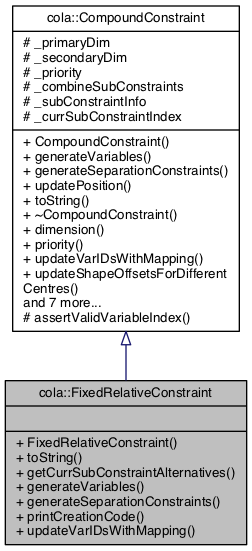
Before: documentation/classcola_1_1FixedRelativeConstraint__inherit__graph.png, a diagram exported from Graphviz (mjwybrow/adaptagrams). Its source is kept beside it as documentation/classcola_1_1FixedRelativeConstraint__inherit__graph.dot. The source it was exported from:
```dot
digraph "cola::FixedRelativeConstraint"
{
  edge [fontname="Helvetica",fontsize="10",labelfontname="Helvetica",labelfontsize="10"];
  node [fontname="Helvetica",fontsize="10",shape=record];
  Node1 [label="{cola::FixedRelativeConstraint\n||+ FixedRelativeConstraint()\l+ toString()\l+ getCurrSubConstraintAlternatives()\l+ generateVariables()\l+ generateSeparationConstraints()\l+ printCreationCode()\l+ updateVarIDsWithMapping()\l}",height=0.2,width=0.4,color="black", fillcolor="grey75", style="filled", fontcolor="black"];
  Node2 -> Node1 [dir="back",color="midnightblue",fontsize="10",style="solid",arrowtail="onormal",fontname="Helvetica"];
  Node2 [label="{cola::CompoundConstraint\n|# _primaryDim\l# _secondaryDim\l# _priority\l# _combineSubConstraints\l# _subConstraintInfo\l# _currSubConstraintIndex\l|+ CompoundConstraint()\l+ generateVariables()\l+ generateSeparationConstraints()\l+ updatePosition()\l+ toString()\l+ ~CompoundConstraint()\l+ dimension()\l+ priority()\l+ updateVarIDsWithMapping()\l+ updateShapeOffsetsForDifferent\lCentres()\land 7 more...\l# assertValidVariableIndex()\l}",height=0.2,width=0.4,color="black", fillcolor="white", style="filled",URL="$classcola_1_1CompoundConstraint.html",tooltip="An abstract base class for all high-level compound constraints. "];
}
```
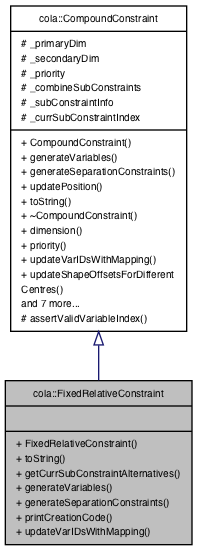
Above is the later version.

Change to the diagram source:
```diff
@@ -2,7 +2,7 @@
 {
   edge [fontname="Helvetica",fontsize="10",labelfontname="Helvetica",labelfontsize="10"];
   node [fontname="Helvetica",fontsize="10",shape=record];
-  Node1 [label="{cola::FixedRelativeConstraint\n||+ FixedRelativeConstraint()\l+ toString()\l+ getCurrSubConstraintAlternatives()\l+ generateVariables()\l+ generateSeparationConstraints()\l+ printCreationCode()\l+ updateVarIDsWithMapping()\l}",height=0.2,width=0.4,color="black", fillcolor="grey75", style="filled", fontcolor="black"];
-  Node2 -> Node1 [dir="back",color="midnightblue",fontsize="10",style="solid",arrowtail="onormal",fontname="Helvetica"];
-  Node2 [label="{cola::CompoundConstraint\n|# _primaryDim\l# _secondaryDim\l# _priority\l# _combineSubConstraints\l# _subConstraintInfo\l# _currSubConstraintIndex\l|+ CompoundConstraint()\l+ generateVariables()\l+ generateSeparationConstraints()\l+ updatePosition()\l+ toString()\l+ ~CompoundConstraint()\l+ dimension()\l+ priority()\l+ updateVarIDsWithMapping()\l+ updateShapeOffsetsForDifferent\lCentres()\land 7 more...\l# assertValidVariableIndex()\l}",height=0.2,width=0.4,color="black", fillcolor="white", style="filled",URL="$classcola_1_1CompoundConstraint.html",tooltip="An abstract base class for all high-level compound constraints. "];
+  Node0 [label="{cola::FixedRelativeConstraint\n||+ FixedRelativeConstraint()\l+ toString()\l+ getCurrSubConstraintAlternatives()\l+ generateVariables()\l+ generateSeparationConstraints()\l+ printCreationCode()\l+ updateVarIDsWithMapping()\l}",height=0.2,width=0.4,color="black", fillcolor="grey75", style="filled", fontcolor="black"];
+  Node1 -> Node0 [dir="back",color="midnightblue",fontsize="10",style="solid",arrowtail="onormal",fontname="Helvetica"];
+  Node1 [label="{cola::CompoundConstraint\n|# _primaryDim\l# _secondaryDim\l# _priority\l# _combineSubConstraints\l# _subConstraintInfo\l# _currSubConstraintIndex\l|+ CompoundConstraint()\l+ generateVariables()\l+ generateSeparationConstraints()\l+ updatePosition()\l+ toString()\l+ ~CompoundConstraint()\l+ dimension()\l+ priority()\l+ updateVarIDsWithMapping()\l+ updateShapeOffsetsForDifferent\lCentres()\land 7 more...\l# assertValidVariableIndex()\l}",height=0.2,width=0.4,color="black", fillcolor="white", style="filled",URL="$classcola_1_1CompoundConstraint.html",tooltip="An abstract base class for all high-level compound constraints. "];
 }
```
